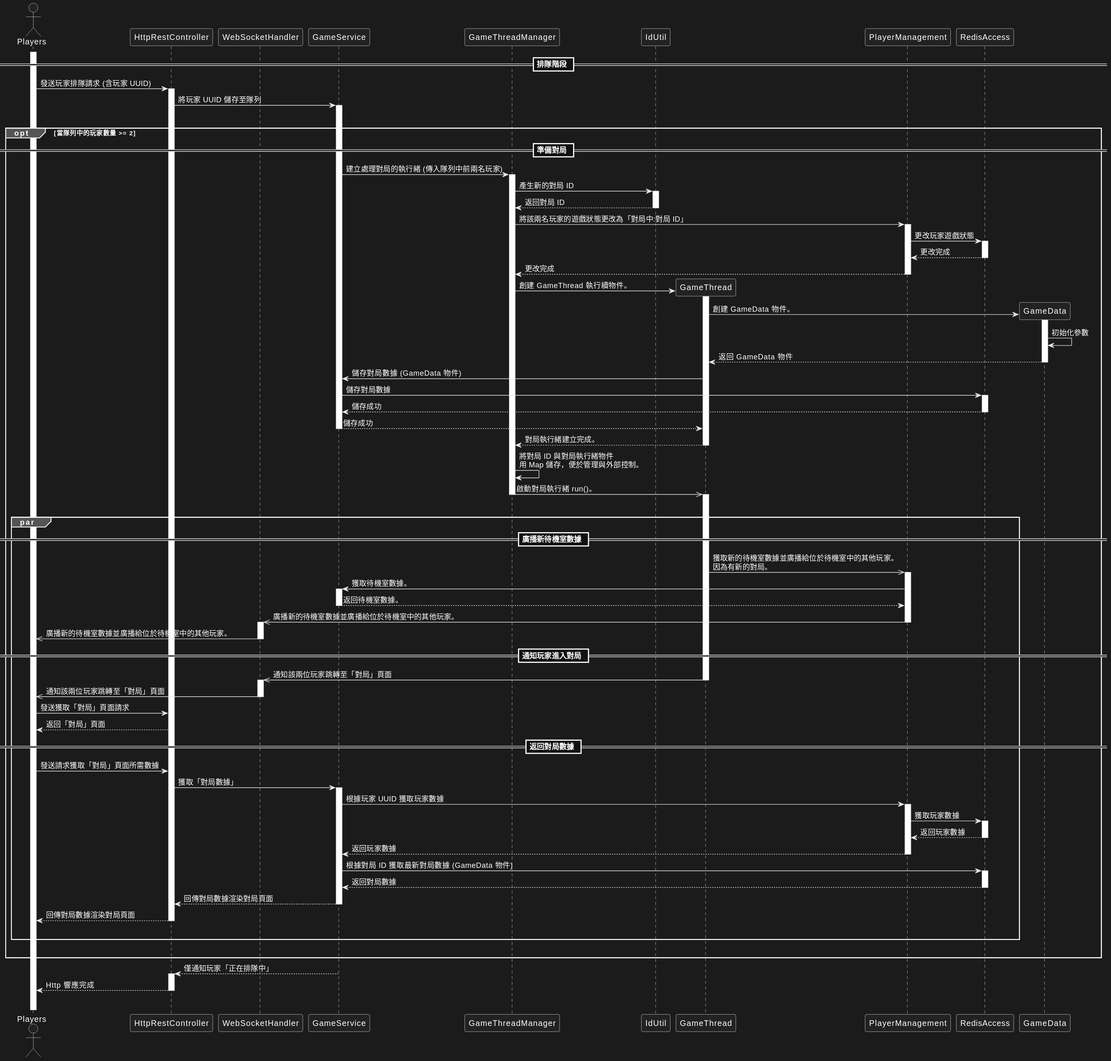
Above: docs/images/SequenceDiagram(2).svg in LYH-94/reversi_online (PlantUML), before the change. Source of this version:
```plantuml
@startuml

actor Players
participant "HttpRestController" as HttpRestController
participant "WebSocketHandler" as WebSocketHandler
participant "GameService" as GameService
participant "GameThreadManager" as GameThreadManager
participant "IdUtil" as IdUtil
participant "GameThread" as GameThread
participant "PlayerManagement" as PlayerManagement
participant "RedisAccess" as RedisAccess
participant "GameData" as GameData

== 排隊階段 ==
Players ++
Players -> HttpRestController ++ : 發送玩家排隊請求 (含玩家 UUID)
HttpRestController -> GameService ++ : 將玩家 UUID 儲存至隊列

|||
opt 當隊列中的玩家數量 >= 2
    == 準備對局 ==
    GameService -> GameThreadManager ++ : 建立處理對局的執行緒 (傳入隊列中前兩名玩家)
    GameThreadManager -> IdUtil ++ : 產生新的對局 ID
    GameThreadManager <-- IdUtil -- : 返回對局 ID
    GameThreadManager -> PlayerManagement ++ : 將該兩名玩家的遊戲狀態更改為「對局中:對局 ID」
    PlayerManagement -> RedisAccess ++ : 更改玩家遊戲狀態
    PlayerManagement <-- RedisAccess -- : 更改完成
    GameThreadManager <-- PlayerManagement -- : 更改完成

    GameThreadManager -> GameThread ** : 創建 GameThread 執行續物件。
    GameThread ++
    GameThread -> GameData ** : 創建 GameData 物件。
    GameData ++
    GameData -> GameData : 初始化參數
    GameThread <-- GameData -- : 返回 GameData 物件
    GameThread -> GameService : 儲存對局數據 (GameData 物件)
    GameService -> RedisAccess ++ : 儲存對局數據
    GameService <-- RedisAccess -- : 儲存成功
    GameThread <-- GameService -- : 儲存成功

    GameThreadManager <-- GameThread : 對局執行緒建立完成。

    GameThread --

    GameThreadManager -> GameThreadManager : 將對局 ID 與對局執行緒物件\n用 Map 儲存，便於管理與外部控制。
    GameThreadManager ->> GameThread -- : 啟動對局執行緒 run()。
    GameThread ++

    |||
    par
    == 廣播新待機室數據 ==
    GameThread ->> PlayerManagement ++ : 獲取新的待機室數據並廣播給位於待機室中的其他玩家。\n因為有新的對局。
    PlayerManagement -> GameService ++ : 獲取待機室數據。
    PlayerManagement <-- GameService -- : 返回待機室數據。
    PlayerManagement ->> WebSocketHandler -- : 廣播新的待機室數據並廣播給位於待機室中的其他玩家。
    WebSocketHandler ++
    WebSocketHandler ->> Players -- : 廣播新的待機室數據並廣播給位於待機室中的其他玩家。

    == 通知玩家進入對局 ==
    GameThread ->> WebSocketHandler -- : 通知該兩位玩家跳轉至「對局」頁面
    WebSocketHandler ++
    WebSocketHandler ->> Players -- : 通知該兩位玩家跳轉至「對局」頁面
    Players -> HttpRestController : 發送獲取「對局」頁面請求
    Players <-- HttpRestController : 返回「對局」頁面

    == 返回對局數據 ==
    Players -> HttpRestController : 發送請求獲取「對局」頁面所需數據
    HttpRestController -> GameService ++ : 獲取「對局數據」

    GameService -> PlayerManagement ++ : 根據玩家 UUID 獲取玩家數據
    PlayerManagement -> RedisAccess ++ : 獲取玩家數據
    PlayerManagement <-- RedisAccess -- : 返回玩家數據
    GameService <-- PlayerManagement -- : 返回玩家數據

    GameService -> RedisAccess ++ : 根據對局 ID 獲取最新對局數據 (GameData 物件)
    GameService <-- RedisAccess -- : 返回對局數據
    GameService --> HttpRestController -- : 回傳對局數據渲染對局頁面
    HttpRestController --> Players -- : 回傳對局數據渲染對局頁面
    |||
    end
|||
end

HttpRestController <-- GameService ++ : 僅通知玩家「正在排隊中」
Players <-- HttpRestController -- : Http 響應完成
|||
@enduml
```
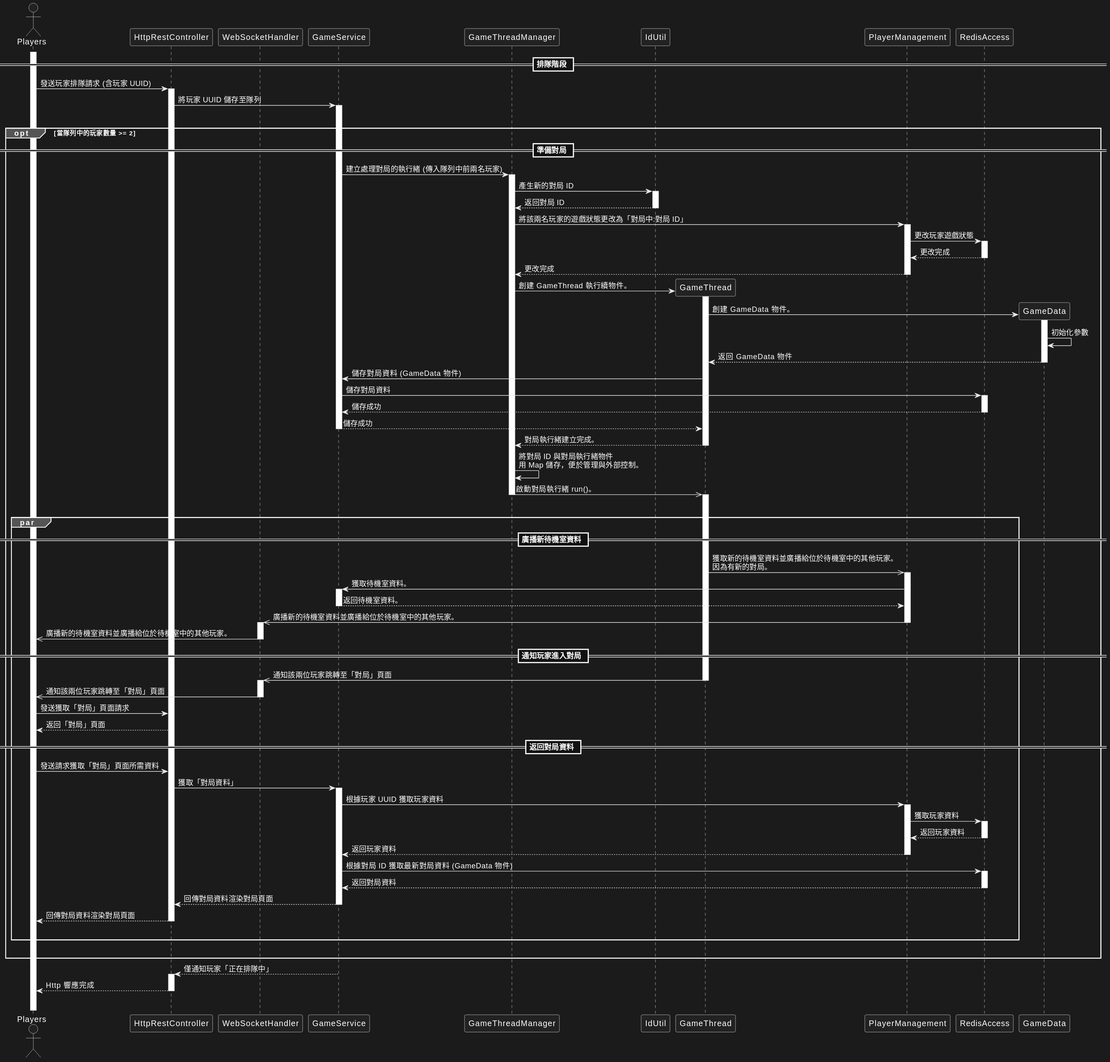
After the change.

What changed in the source:
```diff
@@ -33,8 +33,8 @@
     GameData ++
     GameData -> GameData : 初始化參數
     GameThread <-- GameData -- : 返回 GameData 物件
-    GameThread -> GameService : 儲存對局數據 (GameData 物件)
-    GameService -> RedisAccess ++ : 儲存對局數據
+    GameThread -> GameService : 儲存對局資料 (GameData 物件)
+    GameService -> RedisAccess ++ : 儲存對局資料
     GameService <-- RedisAccess -- : 儲存成功
     GameThread <-- GameService -- : 儲存成功
 
@@ -48,13 +48,13 @@
 
     |||
     par
-    == 廣播新待機室數據 ==
-    GameThread ->> PlayerManagement ++ : 獲取新的待機室數據並廣播給位於待機室中的其他玩家。\n因為有新的對局。
-    PlayerManagement -> GameService ++ : 獲取待機室數據。
-    PlayerManagement <-- GameService -- : 返回待機室數據。
-    PlayerManagement ->> WebSocketHandler -- : 廣播新的待機室數據並廣播給位於待機室中的其他玩家。
+    == 廣播新待機室資料 ==
+    GameThread ->> PlayerManagement ++ : 獲取新的待機室資料並廣播給位於待機室中的其他玩家。\n因為有新的對局。
+    PlayerManagement -> GameService ++ : 獲取待機室資料。
+    PlayerManagement <-- GameService -- : 返回待機室資料。
+    PlayerManagement ->> WebSocketHandler -- : 廣播新的待機室資料並廣播給位於待機室中的其他玩家。
     WebSocketHandler ++
-    WebSocketHandler ->> Players -- : 廣播新的待機室數據並廣播給位於待機室中的其他玩家。
+    WebSocketHandler ->> Players -- : 廣播新的待機室資料並廣播給位於待機室中的其他玩家。
 
     == 通知玩家進入對局 ==
     GameThread ->> WebSocketHandler -- : 通知該兩位玩家跳轉至「對局」頁面
@@ -63,19 +63,19 @@
     Players -> HttpRestController : 發送獲取「對局」頁面請求
     Players <-- HttpRestController : 返回「對局」頁面
 
-    == 返回對局數據 ==
-    Players -> HttpRestController : 發送請求獲取「對局」頁面所需數據
-    HttpRestController -> GameService ++ : 獲取「對局數據」
+    == 返回對局資料 ==
+    Players -> HttpRestController : 發送請求獲取「對局」頁面所需資料
+    HttpRestController -> GameService ++ : 獲取「對局資料」
 
-    GameService -> PlayerManagement ++ : 根據玩家 UUID 獲取玩家數據
-    PlayerManagement -> RedisAccess ++ : 獲取玩家數據
-    PlayerManagement <-- RedisAccess -- : 返回玩家數據
-    GameService <-- PlayerManagement -- : 返回玩家數據
+    GameService -> PlayerManagement ++ : 根據玩家 UUID 獲取玩家資料
+    PlayerManagement -> RedisAccess ++ : 獲取玩家資料
+    PlayerManagement <-- RedisAccess -- : 返回玩家資料
+    GameService <-- PlayerManagement -- : 返回玩家資料
 
-    GameService -> RedisAccess ++ : 根據對局 ID 獲取最新對局數據 (GameData 物件)
-    GameService <-- RedisAccess -- : 返回對局數據
-    GameService --> HttpRestController -- : 回傳對局數據渲染對局頁面
-    HttpRestController --> Players -- : 回傳對局數據渲染對局頁面
+    GameService -> RedisAccess ++ : 根據對局 ID 獲取最新對局資料 (GameData 物件)
+    GameService <-- RedisAccess -- : 返回對局資料
+    GameService --> HttpRestController -- : 回傳對局資料渲染對局頁面
+    HttpRestController --> Players -- : 回傳對局資料渲染對局頁面
     |||
     end
 |||
```
